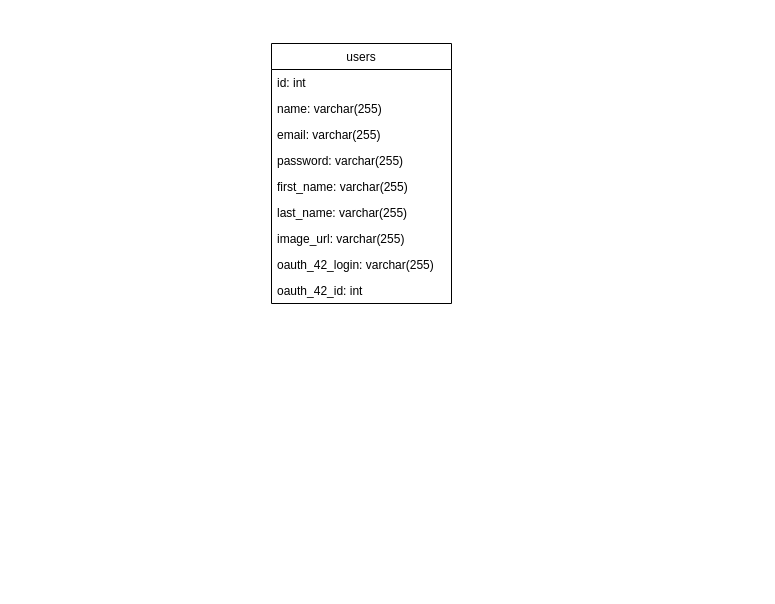
Before: docs/database.drawio in 0xOnyx/42_ft_transcendence, a draw.io diagram. Source tidied: cells renumbered, new cells numbered last; positions are measured from the earlier drawing's top-left corner, leaving out a move shared by most shapes. Both pictures are drawn from the tidied source at 100%, with x=0, y=0 at pixel (271, 43).
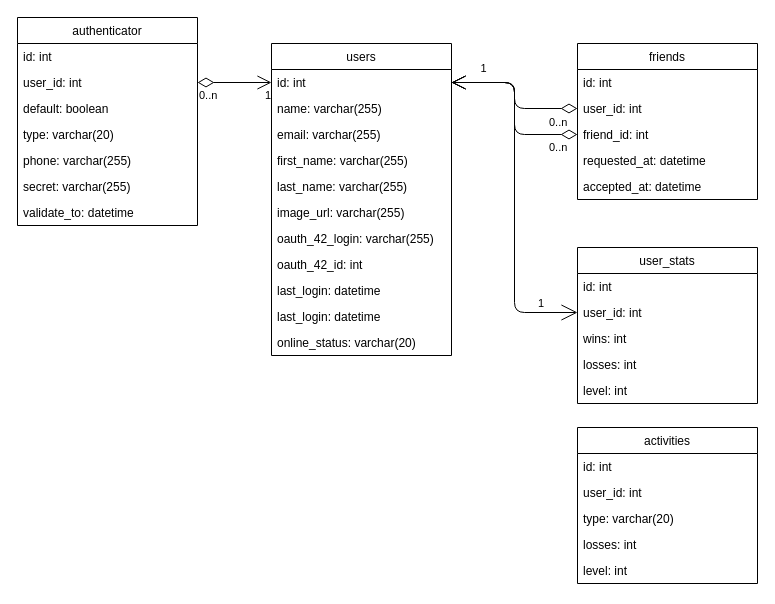
The same diagram, later.

Commit message:
create uml database structure

Unchanged cells that the change refers to:
```xml
<mxCell id="3" value="id: int" style="text;strokeColor=none;fillColor=none;align=left;verticalAlign=top;spacingLeft=4;spacingRight=4;overflow=hidden;points=[[0,0.5],[1,0.5]];portConstraint=eastwest;" parent="2" vertex="1">
  <mxGeometry y="26" width="180" height="26" as="geometry" />
</mxCell>
```

The edit, as a diff of the source:
```diff
@@
     <mxCell id="2" value="users" style="swimlane;fontStyle=0;horizontal=1;startSize=26;fillColor=none;" parent="1" vertex="1">
-      <mxGeometry width="180" height="260" as="geometry" />
+      <mxGeometry width="180" height="312" as="geometry" />
     </mxCell>
@@
-    <mxCell id="6" value="password: varchar(255)" style="text;strokeColor=none;fillColor=none;align=left;verticalAlign=top;spacingLeft=4;spacingRight=4;overflow=hidden;" parent="2" vertex="1">
-      <mxGeometry y="104" width="180" height="26" as="geometry" />
-    </mxCell>
     <mxCell id="7" value="first_name: varchar(255)" style="text;strokeColor=none;fillColor=none;align=left;verticalAlign=top;spacingLeft=4;spacingRight=4;overflow=hidden;" parent="2" vertex="1">
-      <mxGeometry y="130" width="180" height="26" as="geometry" />
+      <mxGeometry y="104" width="180" height="26" as="geometry" />
     </mxCell>
     <mxCell id="8" value="last_name: varchar(255)" style="text;strokeColor=none;fillColor=none;align=left;verticalAlign=top;spacingLeft=4;spacingRight=4;overflow=hidden;" parent="2" vertex="1">
-      <mxGeometry y="156" width="180" height="26" as="geometry" />
+      <mxGeometry y="130" width="180" height="26" as="geometry" />
     </mxCell>
     <mxCell id="9" value="image_url: varchar(255)" style="text;strokeColor=none;fillColor=none;align=left;verticalAlign=top;spacingLeft=4;spacingRight=4;overflow=hidden;" parent="2" vertex="1">
-      <mxGeometry y="182" width="180" height="26" as="geometry" />
+      <mxGeometry y="156" width="180" height="26" as="geometry" />
     </mxCell>
     <mxCell id="10" value="oauth_42_login: varchar(255)" style="text;strokeColor=none;fillColor=none;align=left;verticalAlign=top;spacingLeft=4;spacingRight=4;overflow=hidden;" parent="2" vertex="1">
-      <mxGeometry y="208" width="180" height="26" as="geometry" />
+      <mxGeometry y="182" width="180" height="26" as="geometry" />
     </mxCell>
     <mxCell id="11" value="oauth_42_id: int" style="text;strokeColor=none;fillColor=none;align=left;verticalAlign=top;spacingLeft=4;spacingRight=4;overflow=hidden;" parent="2" vertex="1">
-      <mxGeometry y="234" width="180" height="26" as="geometry" />
+      <mxGeometry y="208" width="180" height="26" as="geometry" />
     </mxCell>
+    <mxCell id="12" value="last_login: datetime" style="text;strokeColor=none;fillColor=none;align=left;verticalAlign=top;spacingLeft=4;spacingRight=4;overflow=hidden;" parent="2" vertex="1">
+      <mxGeometry y="234" width="180" height="26" as="geometry" />
+    </mxCell>
+    <mxCell id="13" value="last_login: datetime" style="text;strokeColor=none;fillColor=none;align=left;verticalAlign=top;spacingLeft=4;spacingRight=4;overflow=hidden;" parent="2" vertex="1">
+      <mxGeometry y="260" width="180" height="26" as="geometry" />
+    </mxCell>
+    <mxCell id="14" value="online_status: varchar(20)" style="text;strokeColor=none;fillColor=none;align=left;verticalAlign=top;spacingLeft=4;spacingRight=4;overflow=hidden;" parent="2" vertex="1">
+      <mxGeometry y="286" width="180" height="26" as="geometry" />
+    </mxCell>
+    <mxCell id="15" value="authenticator" style="swimlane;fontStyle=0;horizontal=1;startSize=26;fillColor=none;" parent="1" vertex="1">
+      <mxGeometry x="-254" y="-26" width="180" height="208" as="geometry" />
+    </mxCell>
+    <mxCell id="16" value="id: int" style="text;strokeColor=none;fillColor=none;align=left;verticalAlign=top;spacingLeft=4;spacingRight=4;overflow=hidden;" parent="15" vertex="1">
+      <mxGeometry y="26" width="180" height="26" as="geometry" />
+    </mxCell>
+    <mxCell id="17" value="user_id: int" style="text;strokeColor=none;fillColor=none;align=left;verticalAlign=top;spacingLeft=4;spacingRight=4;overflow=hidden;points=[[0,0.5],[1,0.5]];portConstraint=eastwest;" parent="15" vertex="1">
+      <mxGeometry y="52" width="180" height="26" as="geometry" />
+    </mxCell>
+    <mxCell id="18" value="default: boolean" style="text;strokeColor=none;fillColor=none;align=left;verticalAlign=top;spacingLeft=4;spacingRight=4;overflow=hidden;" parent="15" vertex="1">
+      <mxGeometry y="78" width="180" height="26" as="geometry" />
+    </mxCell>
+    <mxCell id="19" value="type: varchar(20)" style="text;strokeColor=none;fillColor=none;align=left;verticalAlign=top;spacingLeft=4;spacingRight=4;overflow=hidden;" parent="15" vertex="1">
+      <mxGeometry y="104" width="180" height="26" as="geometry" />
+    </mxCell>
+    <mxCell id="20" value="phone: varchar(255)" style="text;strokeColor=none;fillColor=none;align=left;verticalAlign=top;spacingLeft=4;spacingRight=4;overflow=hidden;" parent="15" vertex="1">
+      <mxGeometry y="130" width="180" height="26" as="geometry" />
+    </mxCell>
+    <mxCell id="21" value="secret: varchar(255)" style="text;strokeColor=none;fillColor=none;align=left;verticalAlign=top;spacingLeft=4;spacingRight=4;overflow=hidden;" parent="15" vertex="1">
+      <mxGeometry y="156" width="180" height="26" as="geometry" />
+    </mxCell>
+    <mxCell id="22" value="validate_to: datetime" style="text;strokeColor=none;fillColor=none;align=left;verticalAlign=top;spacingLeft=4;spacingRight=4;overflow=hidden;" parent="15" vertex="1">
+      <mxGeometry y="182" width="180" height="26" as="geometry" />
+    </mxCell>
+    <mxCell id="23" style="endArrow=open;html=1;endSize=12;startArrow=diamondThin;startSize=14;startFill=0;edgeStyle=orthogonalEdgeStyle;" parent="1" edge="1" source="17" target="3">
+      <mxGeometry relative="1" as="geometry" />
+    </mxCell>
+    <mxCell id="24" value="0..n" style="edgeLabel;html=1;align=left;verticalAlign=top;" parent="23" vertex="1">
+      <mxGeometry x="-1" relative="1" as="geometry" />
+    </mxCell>
+    <mxCell id="25" value="1" style="edgeLabel;html=1;align=right;verticalAlign=top;" parent="23" vertex="1">
+      <mxGeometry x="1" relative="1" as="geometry" />
+    </mxCell>
+    <mxCell id="26" value="friends" style="swimlane;fontStyle=0;horizontal=1;startSize=26;fillColor=none;" parent="1" vertex="1">
+      <mxGeometry x="306" width="180" height="156" as="geometry" />
+    </mxCell>
+    <mxCell id="27" value="id: int" style="text;strokeColor=none;fillColor=none;align=left;verticalAlign=top;spacingLeft=4;spacingRight=4;overflow=hidden;" parent="26" vertex="1">
+      <mxGeometry y="26" width="180" height="26" as="geometry" />
+    </mxCell>
+    <mxCell id="28" value="user_id: int" style="text;strokeColor=none;fillColor=none;align=left;verticalAlign=top;spacingLeft=4;spacingRight=4;overflow=hidden;points=[[0,0.5],[1,0.5]];portConstraint=eastwest;" parent="26" vertex="1">
+      <mxGeometry y="52" width="180" height="26" as="geometry" />
+    </mxCell>
+    <mxCell id="29" value="friend_id: int" style="text;strokeColor=none;fillColor=none;align=left;verticalAlign=top;spacingLeft=4;spacingRight=4;overflow=hidden;points=[[0,0.5],[1,0.5]];portConstraint=eastwest;" parent="26" vertex="1">
+      <mxGeometry y="78" width="180" height="26" as="geometry" />
+    </mxCell>
+    <mxCell id="30" value="requested_at: datetime" style="text;strokeColor=none;fillColor=none;align=left;verticalAlign=top;spacingLeft=4;spacingRight=4;overflow=hidden;" parent="26" vertex="1">
+      <mxGeometry y="104" width="180" height="26" as="geometry" />
+    </mxCell>
+    <mxCell id="31" value="accepted_at: datetime" style="text;strokeColor=none;fillColor=none;align=left;verticalAlign=top;spacingLeft=4;spacingRight=4;overflow=hidden;" parent="26" vertex="1">
+      <mxGeometry y="130" width="180" height="26" as="geometry" />
+    </mxCell>
+    <mxCell id="32" style="endArrow=open;html=1;endSize=12;startArrow=diamondThin;startSize=14;startFill=0;edgeStyle=orthogonalEdgeStyle;" parent="1" edge="1" source="28" target="3">
+      <mxGeometry relative="1" as="geometry" />
+    </mxCell>
+    <mxCell id="33" value="0..n" style="edgeLabel;html=1;align=left;verticalAlign=top;" parent="32" vertex="1">
+      <mxGeometry x="-1" relative="1" as="geometry">
+        <mxPoint x="-30" y="1" as="offset" />
+      </mxGeometry>
+    </mxCell>
+    <mxCell id="34" style="endArrow=open;html=1;endSize=12;startArrow=diamondThin;startSize=14;startFill=0;edgeStyle=orthogonalEdgeStyle;exitX=0;exitY=0.5;exitDx=0;exitDy=0;" parent="1" edge="1" source="29" target="3">
+      <mxGeometry relative="1" as="geometry" />
+    </mxCell>
+    <mxCell id="35" value="0..n" style="edgeLabel;html=1;align=left;verticalAlign=top;" parent="34" vertex="1">
+      <mxGeometry x="-1" relative="1" as="geometry">
+        <mxPoint x="-30" as="offset" />
+      </mxGeometry>
+    </mxCell>
+    <mxCell id="36" value="user_stats" style="swimlane;fontStyle=0;horizontal=1;startSize=26;fillColor=none;" parent="1" vertex="1">
+      <mxGeometry x="306" y="204" width="180" height="156" as="geometry" />
+    </mxCell>
+    <mxCell id="37" value="id: int" style="text;strokeColor=none;fillColor=none;align=left;verticalAlign=top;spacingLeft=4;spacingRight=4;overflow=hidden;" parent="36" vertex="1">
+      <mxGeometry y="26" width="180" height="26" as="geometry" />
+    </mxCell>
+    <mxCell id="38" value="user_id: int" style="text;strokeColor=none;fillColor=none;align=left;verticalAlign=top;spacingLeft=4;spacingRight=4;overflow=hidden;points=[[0,0.5],[1,0.5]];portConstraint=eastwest;" parent="36" vertex="1">
+      <mxGeometry y="52" width="180" height="26" as="geometry" />
+    </mxCell>
+    <mxCell id="39" value="wins: int" style="text;strokeColor=none;fillColor=none;align=left;verticalAlign=top;spacingLeft=4;spacingRight=4;overflow=hidden;" parent="36" vertex="1">
+      <mxGeometry y="78" width="180" height="26" as="geometry" />
+    </mxCell>
+    <mxCell id="40" value="losses: int" style="text;strokeColor=none;fillColor=none;align=left;verticalAlign=top;spacingLeft=4;spacingRight=4;overflow=hidden;" parent="36" vertex="1">
+      <mxGeometry y="104" width="180" height="26" as="geometry" />
+    </mxCell>
+    <mxCell id="41" value="level: int" style="text;strokeColor=none;fillColor=none;align=left;verticalAlign=top;spacingLeft=4;spacingRight=4;overflow=hidden;" parent="36" vertex="1">
+      <mxGeometry y="130" width="180" height="26" as="geometry" />
+    </mxCell>
+    <mxCell id="42" value="1" style="endArrow=open;html=1;endSize=12;startArrow=open;startSize=14;startFill=0;edgeStyle=orthogonalEdgeStyle;align=left;verticalAlign=bottom;" parent="1" edge="1" source="38" target="3">
+      <mxGeometry x="-0.77" relative="1" as="geometry" />
+    </mxCell>
+    <mxCell id="43" value="1" style="edgeLabel;html=1;align=center;verticalAlign=middle;" parent="42" vertex="1">
+      <mxGeometry x="0.29" relative="1" as="geometry">
+        <mxPoint x="-32" y="-78" as="offset" />
+      </mxGeometry>
+    </mxCell>
+    <mxCell id="44" value="activities" style="swimlane;fontStyle=0;horizontal=1;startSize=26;fillColor=none;" parent="1" vertex="1">
+      <mxGeometry x="306" y="384" width="180" height="156" as="geometry" />
+    </mxCell>
+    <mxCell id="45" value="id: int" style="text;strokeColor=none;fillColor=none;align=left;verticalAlign=top;spacingLeft=4;spacingRight=4;overflow=hidden;" parent="44" vertex="1">
+      <mxGeometry y="26" width="180" height="26" as="geometry" />
+    </mxCell>
+    <mxCell id="46" value="user_id: int" style="text;strokeColor=none;fillColor=none;align=left;verticalAlign=top;spacingLeft=4;spacingRight=4;overflow=hidden;" parent="44" vertex="1">
+      <mxGeometry y="52" width="180" height="26" as="geometry" />
+    </mxCell>
+    <mxCell id="47" value="type: varchar(20)" style="text;strokeColor=none;fillColor=none;align=left;verticalAlign=top;spacingLeft=4;spacingRight=4;overflow=hidden;" parent="44" vertex="1">
+      <mxGeometry y="78" width="180" height="26" as="geometry" />
+    </mxCell>
+    <mxCell id="48" value="losses: int" style="text;strokeColor=none;fillColor=none;align=left;verticalAlign=top;spacingLeft=4;spacingRight=4;overflow=hidden;" parent="44" vertex="1">
+      <mxGeometry y="104" width="180" height="26" as="geometry" />
+    </mxCell>
+    <mxCell id="49" value="level: int" style="text;strokeColor=none;fillColor=none;align=left;verticalAlign=top;spacingLeft=4;spacingRight=4;overflow=hidden;" parent="44" vertex="1">
+      <mxGeometry y="130" width="180" height="26" as="geometry" />
+    </mxCell>
```
